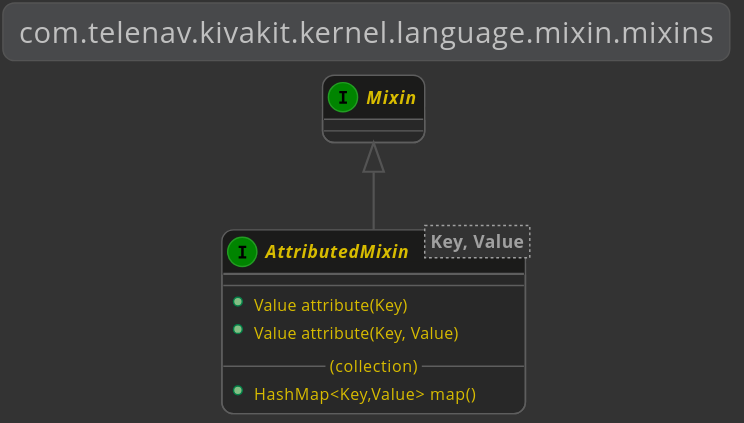
Above: docs/1.3.1-SNAPSHOT/lexakai/kivakit/kivakit-kernel/documentation/diagrams/com.telenav.kivakit.kernel.language.mixin.mixins.svg in Telenav/kivakit-assets (PlantUML), before the change.
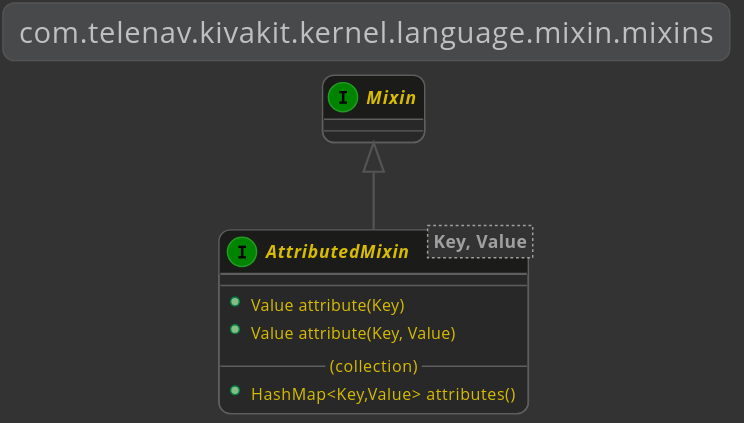
The same diagram one commit later.

What changed in the source:
```diff
@@ -12,7 +12,7 @@
         +Value attribute(Key)
         +Value attribute(Key, Value)
         --(collection)--
-        +HashMap<Key,Value> map()
+        +HashMap<Key,Value> attributes()
     }
 
 @enduml
```
